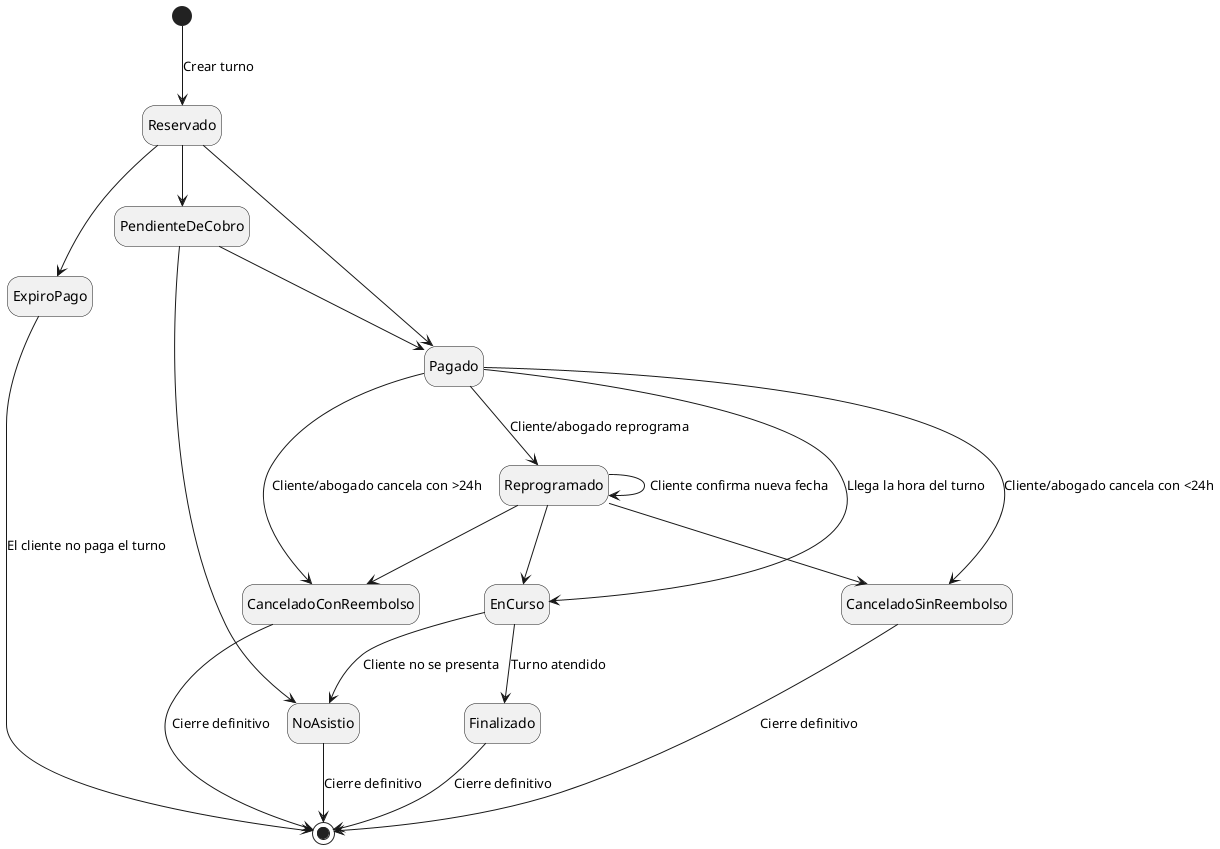
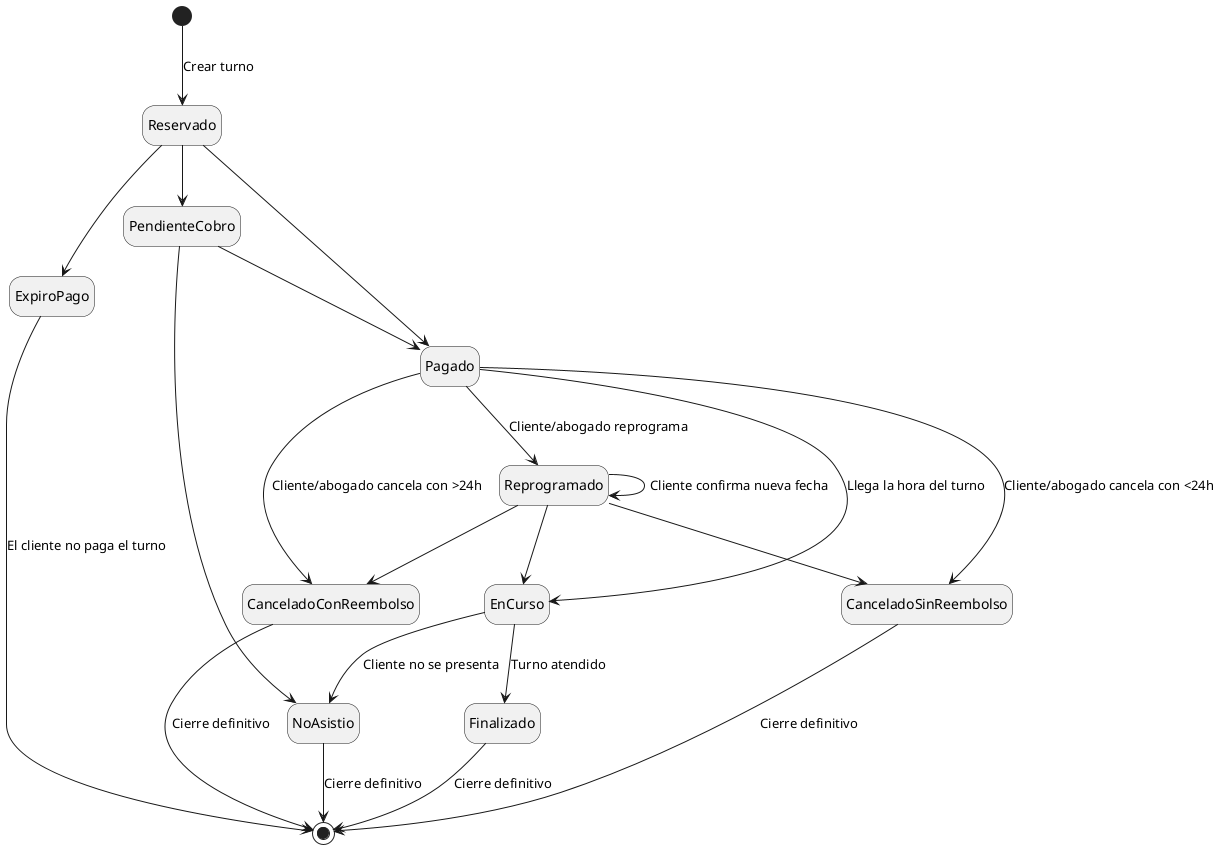
@startuml CicloEstadosTurno
hide empty description

[*] --> Reservado : Crear turno
Reservado --> ExpiroPago
ExpiroPago --> [*]: El cliente no paga el turno
- Reservado --> PendienteDeCobro
+ Reservado --> PendienteCobro
Reservado --> Pagado

- PendienteDeCobro --> Pagado
- PendienteDeCobro --> NoAsistio
+ PendienteCobro --> Pagado
+ PendienteCobro --> NoAsistio

Pagado --> EnCurso : Llega la hora del turno
Pagado --> CanceladoConReembolso : Cliente/abogado cancela con >24h
Pagado --> CanceladoSinReembolso : Cliente/abogado cancela con <24h
Pagado --> Reprogramado : Cliente/abogado reprograma

EnCurso --> Finalizado : Turno atendido
EnCurso --> NoAsistio : Cliente no se presenta

Reprogramado --> Reprogramado : Cliente confirma nueva fecha
Reprogramado --> CanceladoConReembolso
Reprogramado --> CanceladoSinReembolso
Reprogramado --> EnCurso

CanceladoConReembolso --> [*] : Cierre definitivo
CanceladoSinReembolso --> [*] : Cierre definitivo
NoAsistio --> [*] : Cierre definitivo
Finalizado --> [*] : Cierre definitivo

@enduml